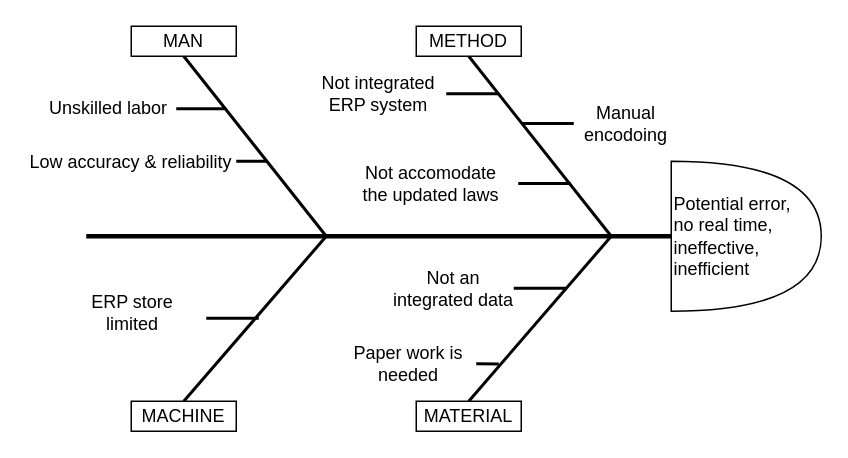
Before: Fishbone ERP.drawio in ariesharry/Diagrams, a draw.io diagram. Source tidied: cells renumbered, new cells numbered last; positions are measured from the earlier drawing's top-left corner, leaving out a move shared by most shapes. Both pictures are drawn from the tidied source at 150%, with x=0, y=0 at pixel (26, 26).
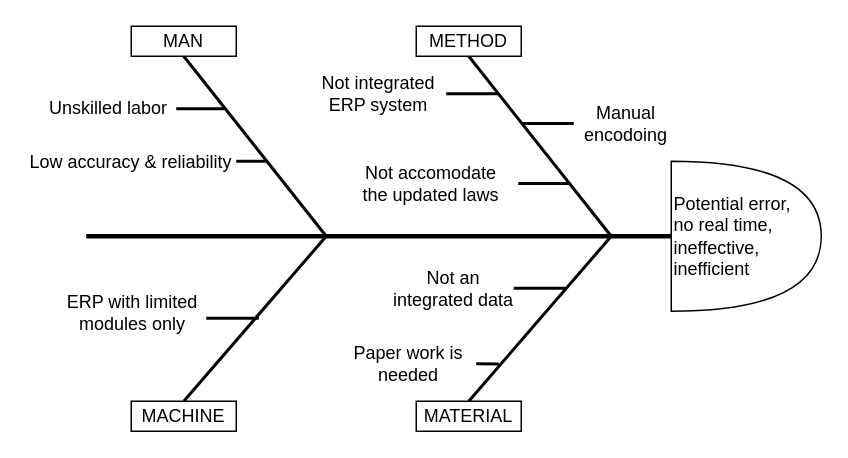
The same diagram, later.

Diff of the diagram source:
```diff
@@
-    <mxCell id="17" value="ERP store limited" style="text;html=1;strokeColor=none;fillColor=none;align=center;verticalAlign=middle;whiteSpace=wrap;rounded=0;" parent="1" vertex="1">
+    <mxCell id="17" value="ERP with limited modules only" style="text;html=1;strokeColor=none;fillColor=none;align=center;verticalAlign=middle;whiteSpace=wrap;rounded=0;" parent="1" vertex="1">
       <mxGeometry x="26" y="176" width="90" height="30" as="geometry" />
     </mxCell>
```
